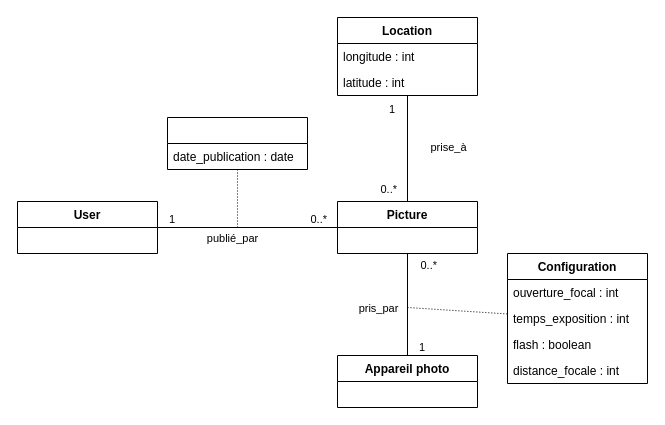
This is HMIN122M - Entrepôts de Données et Big-Data/Untitled Diagram.drawio from lamouchiambre/AIGLE-M1-S1, a draw.io file, before an edit. Source tidied: cells renumbered, new cells numbered last; positions are measured from the earlier drawing's top-left corner, leaving out a move shared by most shapes. Both pictures are drawn from the tidied source at 100%, with x=0, y=0 at pixel (17, 17).
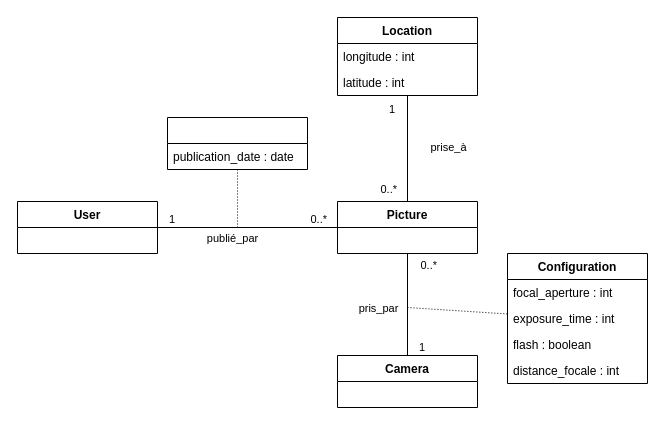
The same page after the edit.

The change refers to these unchanged cells:
```xml
<mxCell id="15" value="Configuration" style="swimlane;fontStyle=1;horizontal=1;startSize=26;fillColor=none;" parent="1" vertex="1">
  <mxGeometry x="490" y="236" width="140" height="130" as="geometry" />
</mxCell>
<mxCell id="21" style="swimlane;fontStyle=1;horizontal=1;startSize=26;fillColor=none;align=center;" parent="1" vertex="1">
  <mxGeometry x="150" y="100" width="140" height="52" as="geometry" />
</mxCell>
```

Diff of the diagram source:
```diff
@@
-    <mxCell id="14" value="Appareil photo" style="swimlane;fontStyle=1;horizontal=1;startSize=26;fillColor=none;" parent="1" vertex="1">
+    <mxCell id="14" value="Camera" style="swimlane;fontStyle=1;horizontal=1;startSize=26;fillColor=none;" parent="1" vertex="1">
       <mxGeometry x="320" y="338" width="140" height="52" as="geometry" />
     </mxCell>
@@
-    <mxCell id="16" value="ouverture_focal : int" style="text;strokeColor=none;fillColor=none;align=left;verticalAlign=top;spacingLeft=4;spacingRight=4;overflow=hidden;" parent="15" vertex="1">
+    <mxCell id="16" value="focal_aperture : int" style="text;strokeColor=none;fillColor=none;align=left;verticalAlign=top;spacingLeft=4;spacingRight=4;overflow=hidden;" parent="15" vertex="1">
       <mxGeometry y="26" width="140" height="26" as="geometry" />
     </mxCell>
-    <mxCell id="17" value="temps_exposition : int" style="text;strokeColor=none;fillColor=none;align=left;verticalAlign=top;spacingLeft=4;spacingRight=4;overflow=hidden;" parent="15" vertex="1">
+    <mxCell id="17" value="exposure_time : int" style="text;strokeColor=none;fillColor=none;align=left;verticalAlign=top;spacingLeft=4;spacingRight=4;overflow=hidden;" parent="15" vertex="1">
       <mxGeometry y="52" width="140" height="26" as="geometry" />
     </mxCell>
@@
-    <mxCell id="22" value="date_publication : date" style="text;strokeColor=none;fillColor=none;align=left;verticalAlign=top;spacingLeft=4;spacingRight=4;overflow=hidden;" parent="21" vertex="1">
+    <mxCell id="22" value="publication_date : date" style="text;strokeColor=none;fillColor=none;align=left;verticalAlign=top;spacingLeft=4;spacingRight=4;overflow=hidden;" parent="21" vertex="1">
       <mxGeometry y="26" width="140" height="26" as="geometry" />
     </mxCell>
```
